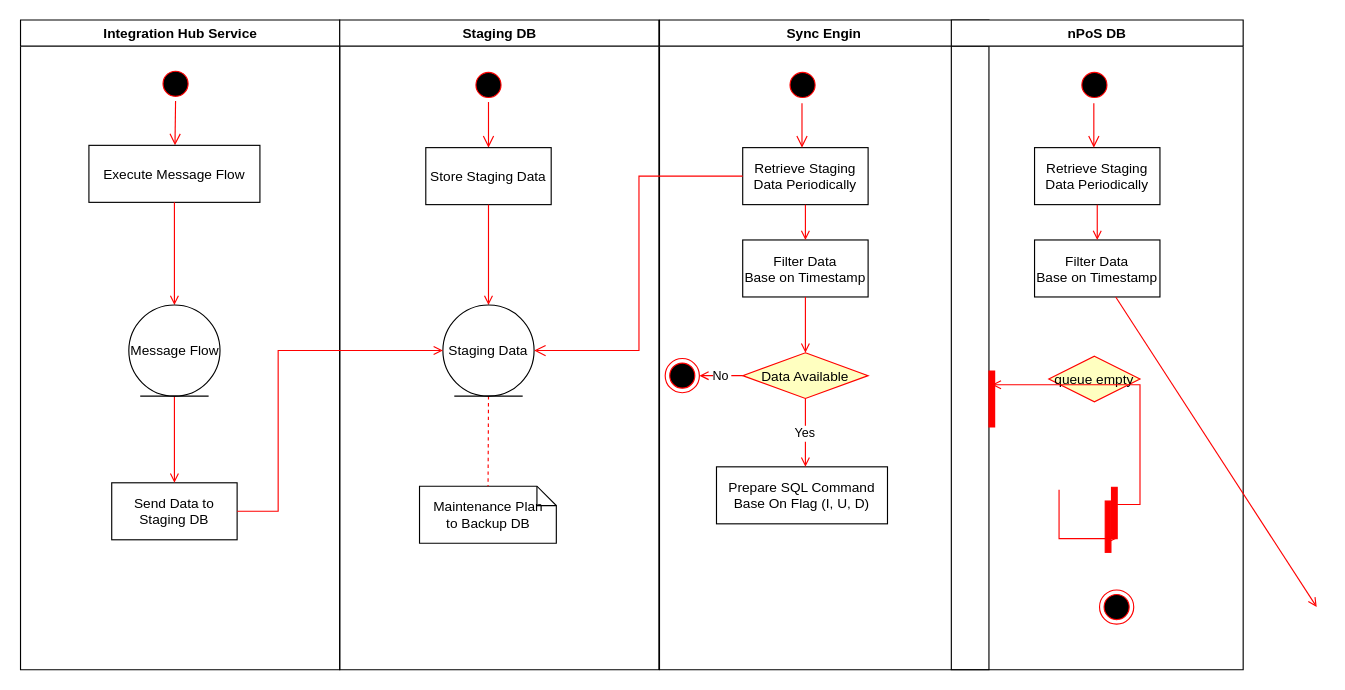
Before: Untitled Diagram.drawio in WALL-E-VA/WALL-E-VA, a draw.io diagram. Source tidied: cells renumbered, new cells numbered last; positions are measured from the earlier drawing's top-left corner, leaving out a move shared by most shapes. Both pictures are drawn from the tidied source at 114%, with x=0, y=0 at pixel (19, 19).
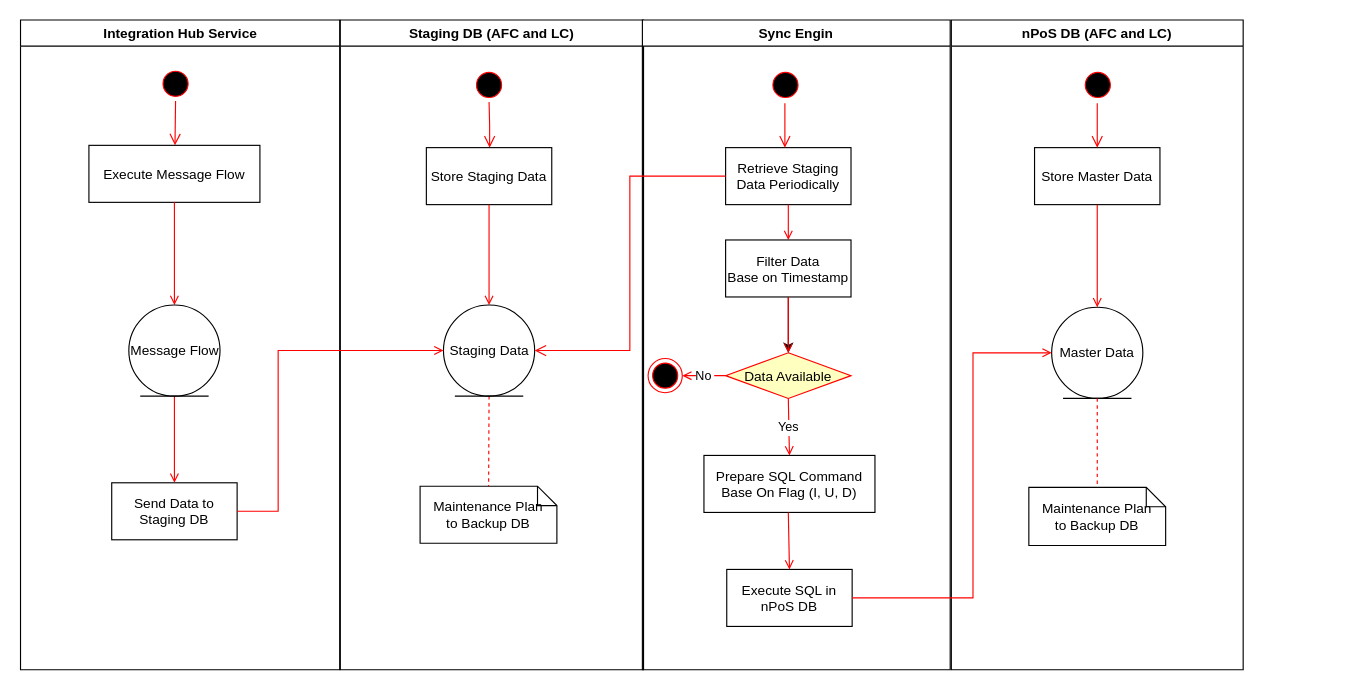
Above is the later version.

The change refers to these unchanged cells:
```xml
<mxCell id="20" value="Data Available" style="rhombus;fillColor=#ffffc0;strokeColor=#ff0000;" parent="18" vertex="1">
  <mxGeometry x="73" y="292" width="110" height="40" as="geometry" />
</mxCell>
<mxCell id="22" value="Filter Data&#10;Base on Timestamp" parent="18" vertex="1">
  <mxGeometry x="73" y="193" width="110" height="50" as="geometry" />
</mxCell>
```

What changed in the source:
```diff
@@
-    <mxCell id="10" value="Staging DB" style="swimlane;whiteSpace=wrap;" parent="1" vertex="1">
-      <mxGeometry x="280.5" width="280" height="570" as="geometry" />
+    <mxCell id="10" value="Staging DB (AFC and LC)" style="swimlane;whiteSpace=wrap;" parent="1" vertex="1">
+      <mxGeometry x="281" width="266" height="570" as="geometry" />
     </mxCell>
@@
     <mxCell id="18" value="Sync Engin" style="swimlane;whiteSpace=wrap;" parent="1" vertex="1">
-      <mxGeometry x="561" width="289" height="570" as="geometry" />
+      <mxGeometry x="546" width="270" height="570" as="geometry" />
     </mxCell>
@@
+    <mxCell id="46" style="edgeStyle=orthogonalEdgeStyle;rounded=0;jettySize=auto;html=1;" parent="18" edge="1" source="22" target="20">
+      <mxGeometry relative="1" as="geometry" />
+    </mxCell>
@@
     <mxCell id="28" value="Prepare SQL Command&#10;Base On Flag (I, U, D)" parent="18" vertex="1">
-      <mxGeometry x="50" y="392" width="150" height="50" as="geometry" />
+      <mxGeometry x="54" y="382" width="150" height="50" as="geometry" />
     </mxCell>
+    <mxCell id="47" value="Execute SQL in&#10;nPoS DB" parent="18" vertex="1">
+      <mxGeometry x="74" y="482" width="110" height="50" as="geometry" />
+    </mxCell>
+    <mxCell id="48" style="edgeStyle=none;strokeColor=#FF0000;endArrow=open;endFill=1;rounded=0;exitX=0.5;exitY=1;exitDx=0;exitDy=0;entryX=0.5;entryY=0;entryDx=0;entryDy=0;" parent="18" edge="1" target="47">
+      <mxGeometry relative="1" as="geometry">
+        <mxPoint x="128" y="432" as="sourcePoint" />
+      </mxGeometry>
+    </mxCell>
+    <mxCell id="45" value="Yes" style="endArrow=open;strokeColor=#FF0000;endFill=1;rounded=0;exitX=0.5;exitY=1;exitDx=0;exitDy=0;entryX=0.5;entryY=0;entryDx=0;entryDy=0;" parent="18" edge="1" source="20" target="28">
+      <mxGeometry relative="1" as="geometry" />
+    </mxCell>
@@
-    <mxCell id="31" value="nPoS DB" style="swimlane;whiteSpace=wrap;" parent="1" vertex="1">
+    <mxCell id="31" value="nPoS DB (AFC and LC)" style="swimlane;whiteSpace=wrap;" parent="1" vertex="1">
       <mxGeometry x="817" width="256" height="570" as="geometry" />
     </mxCell>
-    <mxCell id="32" style="ellipse;shape=endState;fillColor=#000000;strokeColor=#ff0000;" parent="31" vertex="1">
-      <mxGeometry x="130" y="500" width="30" height="30" as="geometry" />
-    </mxCell>
-    <mxCell id="33" value="queue empty" style="rhombus;fillColor=#ffffc0;strokeColor=#ff0000;" parent="31" vertex="1">
-      <mxGeometry x="85.5" y="295" width="80" height="40" as="geometry" />
-    </mxCell>
-    <mxCell id="34" style="shape=line;strokeWidth=6;strokeColor=#ff0000;rotation=90;" parent="31" vertex="1">
-      <mxGeometry x="10.5" y="325" width="50" height="15" as="geometry" />
-    </mxCell>
-    <mxCell id="35" value="Retrieve Staging &#10;Data Periodically" parent="31" vertex="1">
+    <mxCell id="35" value="Store Master Data" parent="31" vertex="1">
       <mxGeometry x="73" y="112" width="110" height="50" as="geometry" />
     </mxCell>
-    <mxCell id="36" style="whiteSpace=wrap;strokeColor=#FF0000;fillColor=#FF0000;" parent="31" vertex="1">
-      <mxGeometry x="140.5" y="410" width="5" height="45" as="geometry" />
-    </mxCell>
-    <mxCell id="37" value="Filter Data&#10;Base on Timestamp" parent="31" vertex="1">
-      <mxGeometry x="73" y="193" width="110" height="50" as="geometry" />
-    </mxCell>
-    <mxCell id="38" style="edgeStyle=elbowEdgeStyle;elbow=horizontal;strokeColor=#FF0000;endArrow=open;endFill=1;rounded=0;entryX=0.25;entryY=0.5;entryPerimeter=0;" parent="31" edge="1" target="34">
-      <mxGeometry relative="1" as="geometry">
-        <mxPoint x="145.5" y="425" as="sourcePoint" />
-        <Array as="points">
-          <mxPoint x="165.5" y="150" />
-        </Array>
-      </mxGeometry>
-    </mxCell>
-    <mxCell id="39" style="edgeStyle=none;strokeColor=#FF0000;endArrow=open;endFill=1;rounded=0;exitX=0.5;exitY=1;exitDx=0;exitDy=0;" parent="31" edge="1" source="35" target="37">
-      <mxGeometry relative="1" as="geometry" />
-    </mxCell>
-    <mxCell id="40" style="endArrow=open;strokeColor=#FF0000;endFill=1;rounded=0;" parent="31" edge="1" source="37">
-      <mxGeometry relative="1" as="geometry">
-        <mxPoint x="320.5" y="515" as="targetPoint" />
-      </mxGeometry>
-    </mxCell>
     <mxCell id="41" style="ellipse;shape=startState;fillColor=#000000;strokeColor=#ff0000;" parent="31" vertex="1">
-      <mxGeometry x="110.5" y="42" width="30" height="30" as="geometry" />
+      <mxGeometry x="113.5" y="42" width="30" height="30" as="geometry" />
     </mxCell>
     <mxCell id="42" style="edgeStyle=elbowEdgeStyle;elbow=horizontal;verticalAlign=bottom;endArrow=open;endSize=8;strokeColor=#FF0000;endFill=1;rounded=0;" parent="31" edge="1">
-      <mxGeometry x="-53.5" y="-86" as="geometry">
-        <mxPoint x="125" y="73" as="sourcePoint" />
-        <mxPoint x="125" y="112" as="targetPoint" />
+      <mxGeometry x="-50.5" y="-86" as="geometry">
+        <mxPoint x="128" y="73" as="sourcePoint" />
+        <mxPoint x="128" y="112" as="targetPoint" />
       </mxGeometry>
     </mxCell>
-    <mxCell id="43" style="whiteSpace=wrap;strokeColor=#FF0000;fillColor=#FF0000;" parent="31" vertex="1">
-      <mxGeometry x="135" y="422" width="5" height="45" as="geometry" />
-    </mxCell>
-    <mxCell id="44" style="edgeStyle=elbowEdgeStyle;elbow=horizontal;entryX=0;entryY=0.5;strokeColor=#FF0000;endArrow=open;endFill=1;rounded=0;" parent="31" edge="1">
-      <mxGeometry relative="1" as="geometry">
-        <mxPoint x="94.5" y="412" as="sourcePoint" />
-        <mxPoint x="144.5" y="455" as="targetPoint" />
-        <Array as="points">
-          <mxPoint x="94.5" y="437" />
-        </Array>
-      </mxGeometry>
-    </mxCell>
-    <mxCell id="45" value="Yes" style="endArrow=open;strokeColor=#FF0000;endFill=1;rounded=0;exitX=0.5;exitY=1;exitDx=0;exitDy=0;" parent="1" edge="1" source="20">
-      <mxGeometry relative="1" as="geometry">
-        <mxPoint x="689" y="392" as="targetPoint" />
-      </mxGeometry>
-    </mxCell>
+    <mxCell id="49" value="Master Data" style="ellipse;shape=umlEntity;whiteSpace=wrap;html=1;align=center;" parent="31" vertex="1">
+      <mxGeometry x="88" y="252" width="80" height="80" as="geometry" />
+    </mxCell>
+    <mxCell id="50" value="Maintenance Plan &#10;to Backup DB" style="shape=note;whiteSpace=wrap;size=17;" parent="31" vertex="1">
+      <mxGeometry x="68" y="410" width="120" height="51" as="geometry" />
+    </mxCell>
+    <mxCell id="51" style="endArrow=none;strokeColor=#FF0000;endFill=0;rounded=0;dashed=1;exitX=0.5;exitY=1;exitDx=0;exitDy=0;" parent="31" edge="1" target="50">
+      <mxGeometry relative="1" as="geometry">
+        <mxPoint x="128" y="332" as="sourcePoint" />
+      </mxGeometry>
+    </mxCell>
+    <mxCell id="39" style="edgeStyle=none;strokeColor=#FF0000;endArrow=open;endFill=1;rounded=0;exitX=0.5;exitY=1;exitDx=0;exitDy=0;" parent="31" edge="1" source="35" target="49">
+      <mxGeometry relative="1" as="geometry" />
+    </mxCell>
+    <mxCell id="38" style="edgeStyle=elbowEdgeStyle;elbow=horizontal;strokeColor=#FF0000;endArrow=open;endFill=1;rounded=0;entryX=0;entryY=0.5;exitX=1;exitY=0.5;exitDx=0;exitDy=0;entryDx=0;entryDy=0;" parent="1" edge="1" source="47" target="49">
+      <mxGeometry relative="1" as="geometry">
+        <Array as="points">
+          <mxPoint x="836" y="382" />
+        </Array>
+      </mxGeometry>
+    </mxCell>
```
